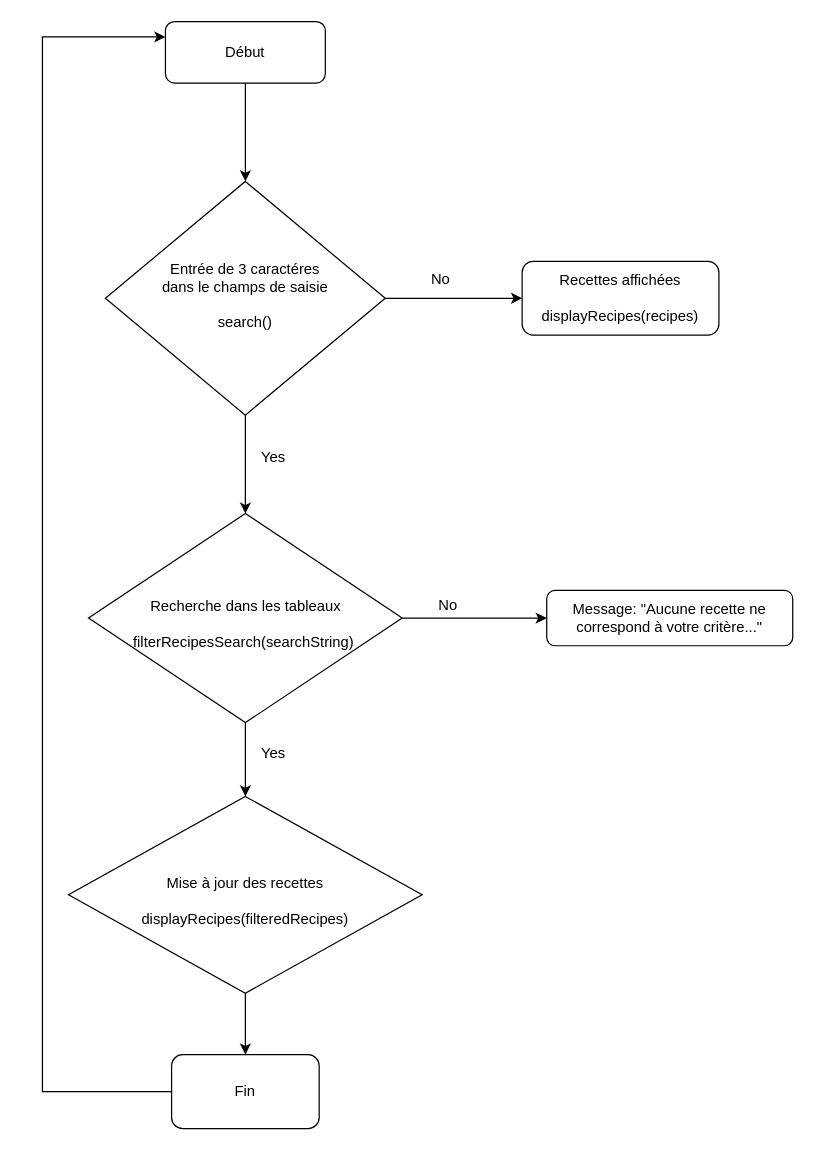
Before: Diagramme sans nom.drawio in Zaydguendouze/Les-Petits-Plats, a draw.io diagram. Source tidied: cells renumbered, new cells numbered last; positions are measured from the earlier drawing's top-left corner, leaving out a move shared by most shapes. Both pictures are drawn from the tidied source at 123%, with x=0, y=0 at pixel (42, 21).
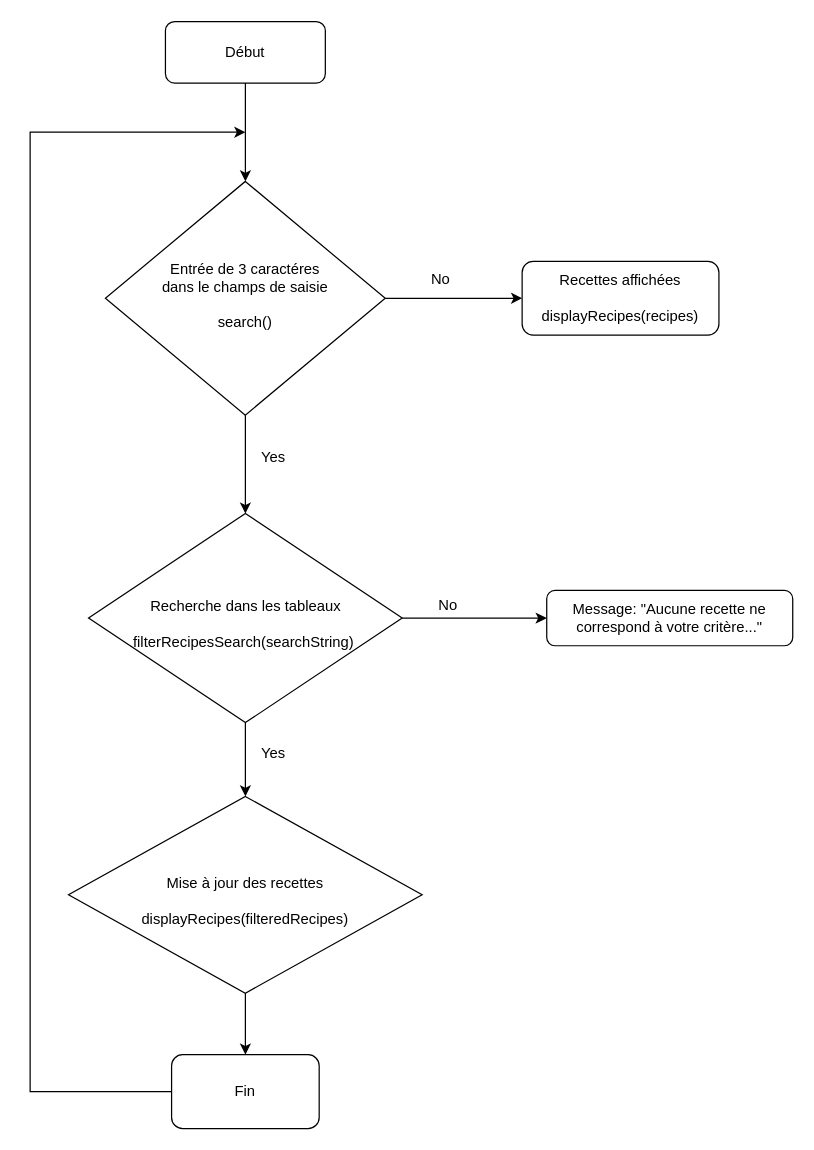
After the change.

Unchanged cells that the change refers to:
```xml
<mxCell id="3" value="Début" style="rounded=1;whiteSpace=wrap;html=1;fontSize=12;glass=0;strokeWidth=1;shadow=0;" parent="1" vertex="1">
  <mxGeometry x="100" width="130" height="50" as="geometry" />
</mxCell>
<mxCell id="17" value="Fin" style="rounded=1;whiteSpace=wrap;html=1;" parent="1" vertex="1">
  <mxGeometry x="105" y="840" width="120" height="60" as="geometry" />
</mxCell>
```

Change to the diagram source:
```diff
@@
-    <mxCell id="16" style="edgeStyle=orthogonalEdgeStyle;rounded=0;jettySize=auto;html=1;entryX=0;entryY=0.25;entryDx=0;entryDy=0;" parent="1" edge="1" source="17" target="3">
-      <mxGeometry relative="1" as="geometry">
-        <Array as="points">
-          <mxPoint y="870" />
-          <mxPoint y="13" />
-        </Array>
-      </mxGeometry>
-    </mxCell>
+    <mxCell id="20" style="edgeStyle=orthogonalEdgeStyle;rounded=0;jettySize=auto;html=1;" parent="1" edge="1" source="17">
+      <mxGeometry relative="1" as="geometry">
+        <mxPoint x="165" y="90" as="targetPoint" />
+        <Array as="points">
+          <mxPoint x="-10" y="870" />
+          <mxPoint x="-10" y="90" />
+        </Array>
+      </mxGeometry>
+    </mxCell>
```
